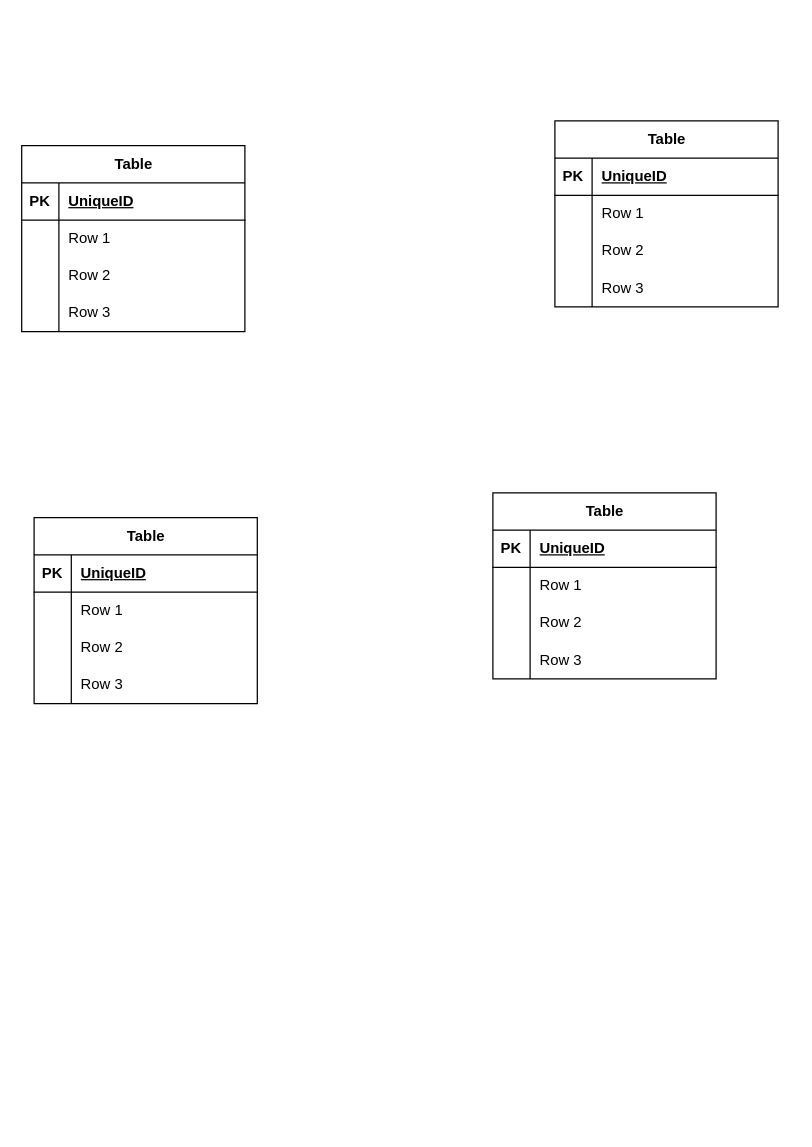
Earlier version of the draw.io diagram diagramaTablas.drawio (MynorDaniel/gestor-tarjetas-de-credito). Source tidied: cells renumbered, new cells numbered last; positions are measured from the earlier drawing's top-left corner, leaving out a move shared by most shapes. Both pictures are drawn from the tidied source at 124%, with x=0, y=0 at pixel (21, 120).
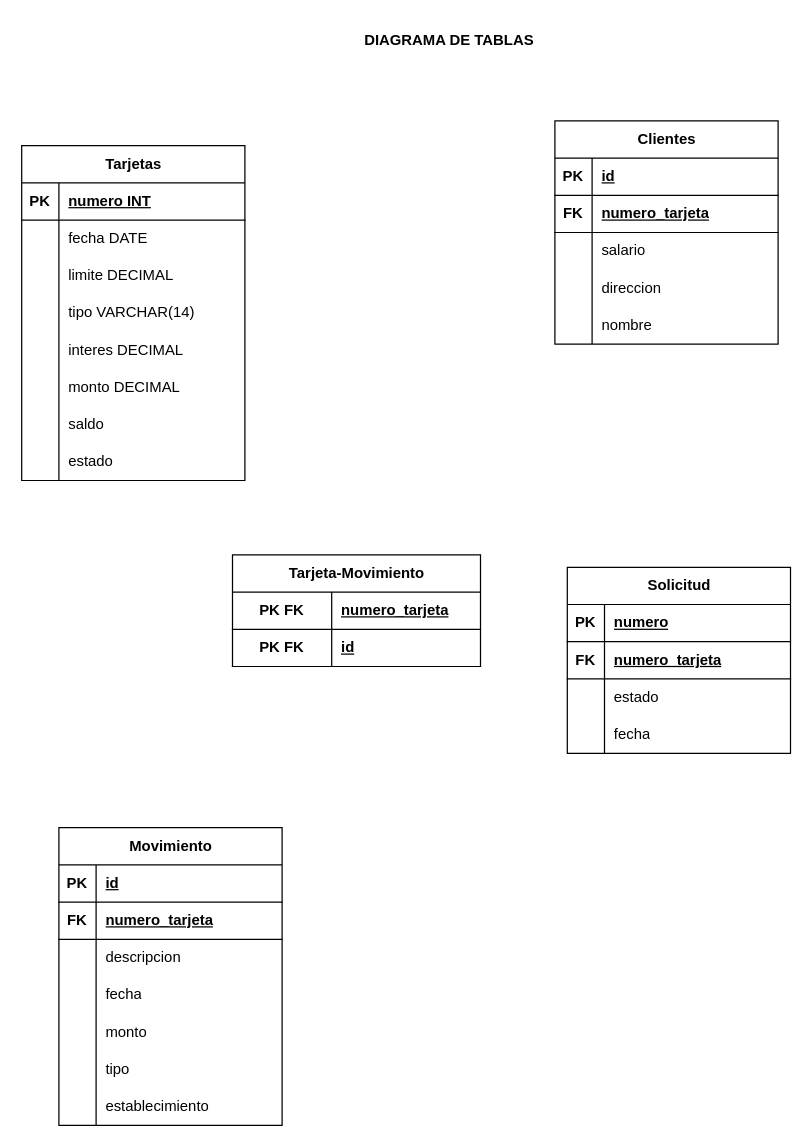
The same page after the edit.

Unchanged cells that the change refers to:
```xml
<mxCell id="3" style="shape=tableRow;horizontal=0;startSize=0;swimlaneHead=0;swimlaneBody=0;fillColor=none;top=0;left=0;right=0;bottom=1;" parent="2" vertex="1">
  <mxGeometry y="30" width="180" height="30" as="geometry" />
</mxCell>
<mxCell id="16" style="shape=tableRow;horizontal=0;startSize=0;swimlaneHead=0;swimlaneBody=0;fillColor=none;top=0;left=0;right=0;bottom=1;" parent="15" vertex="1">
  <mxGeometry y="30" width="180" height="30" as="geometry" />
</mxCell>
<mxCell id="29" style="shape=tableRow;horizontal=0;startSize=0;swimlaneHead=0;swimlaneBody=0;fillColor=none;top=0;left=0;right=0;bottom=1;" parent="28" vertex="1">
  <mxGeometry y="30" width="180" height="30" as="geometry" />
</mxCell>
<mxCell id="42" style="shape=tableRow;horizontal=0;startSize=0;swimlaneHead=0;swimlaneBody=0;fillColor=none;top=0;left=0;right=0;bottom=1;" parent="41" vertex="1">
  <mxGeometry y="30" width="180" height="30" as="geometry" />
</mxCell>
<mxCell id="45" style="shape=tableRow;horizontal=0;startSize=0;swimlaneHead=0;swimlaneBody=0;fillColor=none;top=0;left=0;right=0;bottom=0;" parent="41" vertex="1">
  <mxGeometry y="60" width="180" height="30" as="geometry" />
</mxCell>
<mxCell id="48" style="shape=tableRow;horizontal=0;startSize=0;swimlaneHead=0;swimlaneBody=0;fillColor=none;top=0;left=0;right=0;bottom=0;" parent="41" vertex="1">
  <mxGeometry y="90" width="180" height="30" as="geometry" />
</mxCell>
<mxCell id="51" style="shape=tableRow;horizontal=0;startSize=0;swimlaneHead=0;swimlaneBody=0;fillColor=none;top=0;left=0;right=0;bottom=0;" parent="41" vertex="1">
  <mxGeometry y="120" width="180" height="30" as="geometry" />
</mxCell>
```

Change to the diagram source:
```diff
@@
-    <mxCell id="2" value="Table" style="shape=table;startSize=30;childLayout=tableLayout;rowLines=0;fontStyle=1;align=center;html=1;" parent="1" vertex="1">
-      <mxGeometry x="380" y="300" width="180" height="150" as="geometry" />
+    <mxCell id="2" value="Solicitud" style="shape=table;startSize=30;childLayout=tableLayout;rowLines=0;fontStyle=1;align=center;html=1;" parent="1" vertex="1">
+      <mxGeometry x="440" y="360" width="180" height="150" as="geometry" />
     </mxCell>
@@
-    <mxCell id="5" value="UniqueID" style="shape=partialRectangle;fillColor=none;top=0;left=0;bottom=0;right=0;align=left;spacingLeft=6;fontStyle=5;overflow=hidden;whiteSpace=wrap;html=1;" parent="3" vertex="1">
+    <mxCell id="5" value="numero" style="shape=partialRectangle;fillColor=none;top=0;left=0;bottom=0;right=0;align=left;spacingLeft=6;fontStyle=5;overflow=hidden;whiteSpace=wrap;html=1;" parent="3" vertex="1">
       <mxGeometry x="30" width="150" height="30" as="geometry" />
     </mxCell>
+    <mxCell id="54" style="shape=tableRow;horizontal=0;startSize=0;swimlaneHead=0;swimlaneBody=0;fillColor=none;top=0;left=0;right=0;bottom=1;" parent="2" vertex="1">
+      <mxGeometry y="60" width="180" height="30" as="geometry" />
+    </mxCell>
+    <mxCell id="55" value="FK" style="shape=partialRectangle;fillColor=none;top=0;left=0;bottom=0;right=0;fontStyle=1;overflow=hidden;whiteSpace=wrap;html=1;" parent="54" vertex="1">
+      <mxGeometry width="30" height="30" as="geometry" />
+    </mxCell>
+    <mxCell id="56" value="numero_tarjeta" style="shape=partialRectangle;fillColor=none;top=0;left=0;bottom=0;right=0;align=left;spacingLeft=6;fontStyle=5;overflow=hidden;whiteSpace=wrap;html=1;" parent="54" vertex="1">
+      <mxGeometry x="30" width="150" height="30" as="geometry" />
+    </mxCell>
     <mxCell id="6" style="shape=tableRow;horizontal=0;startSize=0;swimlaneHead=0;swimlaneBody=0;fillColor=none;top=0;left=0;right=0;bottom=0;" parent="2" vertex="1">
-      <mxGeometry y="60" width="180" height="30" as="geometry" />
+      <mxGeometry y="90" width="180" height="30" as="geometry" />
     </mxCell>
@@
-    <mxCell id="8" value="Row 1" style="shape=partialRectangle;fillColor=none;top=0;left=0;bottom=0;right=0;align=left;spacingLeft=6;overflow=hidden;whiteSpace=wrap;html=1;" parent="6" vertex="1">
+    <mxCell id="8" value="estado" style="shape=partialRectangle;fillColor=none;top=0;left=0;bottom=0;right=0;align=left;spacingLeft=6;overflow=hidden;whiteSpace=wrap;html=1;" parent="6" vertex="1">
       <mxGeometry x="30" width="150" height="30" as="geometry" />
     </mxCell>
     <mxCell id="9" style="shape=tableRow;horizontal=0;startSize=0;swimlaneHead=0;swimlaneBody=0;fillColor=none;top=0;left=0;right=0;bottom=0;" parent="2" vertex="1">
-      <mxGeometry y="90" width="180" height="30" as="geometry" />
+      <mxGeometry y="120" width="180" height="30" as="geometry" />
     </mxCell>
@@
-    <mxCell id="11" value="Row 2" style="shape=partialRectangle;fillColor=none;top=0;left=0;bottom=0;right=0;align=left;spacingLeft=6;overflow=hidden;whiteSpace=wrap;html=1;" parent="9" vertex="1">
+    <mxCell id="11" value="fecha" style="shape=partialRectangle;fillColor=none;top=0;left=0;bottom=0;right=0;align=left;spacingLeft=6;overflow=hidden;whiteSpace=wrap;html=1;" parent="9" vertex="1">
       <mxGeometry x="30" width="150" height="30" as="geometry" />
     </mxCell>
-    <mxCell id="12" style="shape=tableRow;horizontal=0;startSize=0;swimlaneHead=0;swimlaneBody=0;fillColor=none;top=0;left=0;right=0;bottom=0;" parent="2" vertex="1">
-      <mxGeometry y="120" width="180" height="30" as="geometry" />
-    </mxCell>
-    <mxCell id="13" style="shape=partialRectangle;fillColor=none;top=0;left=0;bottom=0;right=0;overflow=hidden;whiteSpace=wrap;html=1;" parent="12" vertex="1">
-      <mxGeometry width="30" height="30" as="geometry" />
-    </mxCell>
-    <mxCell id="14" value="Row 3" style="shape=partialRectangle;fillColor=none;top=0;left=0;bottom=0;right=0;align=left;spacingLeft=6;overflow=hidden;whiteSpace=wrap;html=1;" parent="12" vertex="1">
-      <mxGeometry x="30" width="150" height="30" as="geometry" />
-    </mxCell>
-    <mxCell id="15" value="Table" style="shape=table;startSize=30;childLayout=tableLayout;rowLines=0;fontStyle=1;align=center;html=1;" parent="1" vertex="1">
-      <mxGeometry x="10" y="320" width="180" height="150" as="geometry" />
+    <mxCell id="15" value="Movimiento" style="shape=table;startSize=30;childLayout=tableLayout;rowLines=0;fontStyle=1;align=center;html=1;" parent="1" vertex="1">
+      <mxGeometry x="30" y="570" width="180" height="240" as="geometry" />
     </mxCell>
@@
-    <mxCell id="18" value="UniqueID" style="shape=partialRectangle;fillColor=none;top=0;left=0;bottom=0;right=0;align=left;spacingLeft=6;fontStyle=5;overflow=hidden;whiteSpace=wrap;html=1;" parent="16" vertex="1">
+    <mxCell id="18" value="id" style="shape=partialRectangle;fillColor=none;top=0;left=0;bottom=0;right=0;align=left;spacingLeft=6;fontStyle=5;overflow=hidden;whiteSpace=wrap;html=1;" parent="16" vertex="1">
       <mxGeometry x="30" width="150" height="30" as="geometry" />
     </mxCell>
+    <mxCell id="57" style="shape=tableRow;horizontal=0;startSize=0;swimlaneHead=0;swimlaneBody=0;fillColor=none;top=0;left=0;right=0;bottom=1;" parent="15" vertex="1">
+      <mxGeometry y="60" width="180" height="30" as="geometry" />
+    </mxCell>
+    <mxCell id="58" value="FK" style="shape=partialRectangle;fillColor=none;top=0;left=0;bottom=0;right=0;fontStyle=1;overflow=hidden;whiteSpace=wrap;html=1;" parent="57" vertex="1">
+      <mxGeometry width="30" height="30" as="geometry" />
+    </mxCell>
+    <mxCell id="59" value="numero_tarjeta" style="shape=partialRectangle;fillColor=none;top=0;left=0;bottom=0;right=0;align=left;spacingLeft=6;fontStyle=5;overflow=hidden;whiteSpace=wrap;html=1;" parent="57" vertex="1">
+      <mxGeometry x="30" width="150" height="30" as="geometry" />
+    </mxCell>
     <mxCell id="19" style="shape=tableRow;horizontal=0;startSize=0;swimlaneHead=0;swimlaneBody=0;fillColor=none;top=0;left=0;right=0;bottom=0;" parent="15" vertex="1">
-      <mxGeometry y="60" width="180" height="30" as="geometry" />
+      <mxGeometry y="90" width="180" height="30" as="geometry" />
     </mxCell>
@@
-    <mxCell id="21" value="Row 1" style="shape=partialRectangle;fillColor=none;top=0;left=0;bottom=0;right=0;align=left;spacingLeft=6;overflow=hidden;whiteSpace=wrap;html=1;" parent="19" vertex="1">
+    <mxCell id="21" value="descripcion" style="shape=partialRectangle;fillColor=none;top=0;left=0;bottom=0;right=0;align=left;spacingLeft=6;overflow=hidden;whiteSpace=wrap;html=1;" parent="19" vertex="1">
       <mxGeometry x="30" width="150" height="30" as="geometry" />
     </mxCell>
     <mxCell id="22" style="shape=tableRow;horizontal=0;startSize=0;swimlaneHead=0;swimlaneBody=0;fillColor=none;top=0;left=0;right=0;bottom=0;" parent="15" vertex="1">
-      <mxGeometry y="90" width="180" height="30" as="geometry" />
+      <mxGeometry y="120" width="180" height="30" as="geometry" />
     </mxCell>
@@
-    <mxCell id="24" value="Row 2" style="shape=partialRectangle;fillColor=none;top=0;left=0;bottom=0;right=0;align=left;spacingLeft=6;overflow=hidden;whiteSpace=wrap;html=1;" parent="22" vertex="1">
+    <mxCell id="24" value="fecha" style="shape=partialRectangle;fillColor=none;top=0;left=0;bottom=0;right=0;align=left;spacingLeft=6;overflow=hidden;whiteSpace=wrap;html=1;" parent="22" vertex="1">
       <mxGeometry x="30" width="150" height="30" as="geometry" />
     </mxCell>
     <mxCell id="25" style="shape=tableRow;horizontal=0;startSize=0;swimlaneHead=0;swimlaneBody=0;fillColor=none;top=0;left=0;right=0;bottom=0;" parent="15" vertex="1">
-      <mxGeometry y="120" width="180" height="30" as="geometry" />
+      <mxGeometry y="150" width="180" height="30" as="geometry" />
     </mxCell>
@@
-    <mxCell id="27" value="Row 3" style="shape=partialRectangle;fillColor=none;top=0;left=0;bottom=0;right=0;align=left;spacingLeft=6;overflow=hidden;whiteSpace=wrap;html=1;" parent="25" vertex="1">
+    <mxCell id="27" value="monto" style="shape=partialRectangle;fillColor=none;top=0;left=0;bottom=0;right=0;align=left;spacingLeft=6;overflow=hidden;whiteSpace=wrap;html=1;" parent="25" vertex="1">
       <mxGeometry x="30" width="150" height="30" as="geometry" />
     </mxCell>
+    <mxCell id="60" style="shape=tableRow;horizontal=0;startSize=0;swimlaneHead=0;swimlaneBody=0;fillColor=none;top=0;left=0;right=0;bottom=0;" parent="15" vertex="1">
+      <mxGeometry y="180" width="180" height="30" as="geometry" />
+    </mxCell>
+    <mxCell id="61" style="shape=partialRectangle;fillColor=none;top=0;left=0;bottom=0;right=0;overflow=hidden;whiteSpace=wrap;html=1;" parent="60" vertex="1">
+      <mxGeometry width="30" height="30" as="geometry" />
+    </mxCell>
+    <mxCell id="62" value="tipo" style="shape=partialRectangle;fillColor=none;top=0;left=0;bottom=0;right=0;align=left;spacingLeft=6;overflow=hidden;whiteSpace=wrap;html=1;" parent="60" vertex="1">
+      <mxGeometry x="30" width="150" height="30" as="geometry" />
+    </mxCell>
+    <mxCell id="63" style="shape=tableRow;horizontal=0;startSize=0;swimlaneHead=0;swimlaneBody=0;fillColor=none;top=0;left=0;right=0;bottom=0;" parent="15" vertex="1">
+      <mxGeometry y="210" width="180" height="30" as="geometry" />
+    </mxCell>
+    <mxCell id="64" style="shape=partialRectangle;fillColor=none;top=0;left=0;bottom=0;right=0;overflow=hidden;whiteSpace=wrap;html=1;" parent="63" vertex="1">
+      <mxGeometry width="30" height="30" as="geometry" />
+    </mxCell>
+    <mxCell id="65" value="establecimiento" style="shape=partialRectangle;fillColor=none;top=0;left=0;bottom=0;right=0;align=left;spacingLeft=6;overflow=hidden;whiteSpace=wrap;html=1;" parent="63" vertex="1">
+      <mxGeometry x="30" width="150" height="30" as="geometry" />
+    </mxCell>
-    <mxCell id="28" value="Table" style="shape=table;startSize=30;childLayout=tableLayout;rowLines=0;fontStyle=1;align=center;html=1;" parent="1" vertex="1">
-      <mxGeometry x="430" width="180" height="150" as="geometry" />
+    <mxCell id="28" value="Clientes" style="shape=table;startSize=30;childLayout=tableLayout;rowLines=0;fontStyle=1;align=center;html=1;" parent="1" vertex="1">
+      <mxGeometry x="430" width="180" height="180" as="geometry" />
     </mxCell>
@@
-    <mxCell id="31" value="UniqueID" style="shape=partialRectangle;fillColor=none;top=0;left=0;bottom=0;right=0;align=left;spacingLeft=6;fontStyle=5;overflow=hidden;whiteSpace=wrap;html=1;" parent="29" vertex="1">
+    <mxCell id="31" value="id" style="shape=partialRectangle;fillColor=none;top=0;left=0;bottom=0;right=0;align=left;spacingLeft=6;fontStyle=5;overflow=hidden;whiteSpace=wrap;html=1;" parent="29" vertex="1">
       <mxGeometry x="30" width="150" height="30" as="geometry" />
     </mxCell>
+    <mxCell id="66" style="shape=tableRow;horizontal=0;startSize=0;swimlaneHead=0;swimlaneBody=0;fillColor=none;top=0;left=0;right=0;bottom=1;" parent="28" vertex="1">
+      <mxGeometry y="60" width="180" height="30" as="geometry" />
+    </mxCell>
+    <mxCell id="67" value="FK" style="shape=partialRectangle;fillColor=none;top=0;left=0;bottom=0;right=0;fontStyle=1;overflow=hidden;whiteSpace=wrap;html=1;" parent="66" vertex="1">
+      <mxGeometry width="30" height="30" as="geometry" />
+    </mxCell>
+    <mxCell id="68" value="numero_tarjeta" style="shape=partialRectangle;fillColor=none;top=0;left=0;bottom=0;right=0;align=left;spacingLeft=6;fontStyle=5;overflow=hidden;whiteSpace=wrap;html=1;" parent="66" vertex="1">
+      <mxGeometry x="30" width="150" height="30" as="geometry" />
+    </mxCell>
     <mxCell id="32" style="shape=tableRow;horizontal=0;startSize=0;swimlaneHead=0;swimlaneBody=0;fillColor=none;top=0;left=0;right=0;bottom=0;" parent="28" vertex="1">
-      <mxGeometry y="60" width="180" height="30" as="geometry" />
+      <mxGeometry y="90" width="180" height="30" as="geometry" />
     </mxCell>
@@
-    <mxCell id="34" value="Row 1" style="shape=partialRectangle;fillColor=none;top=0;left=0;bottom=0;right=0;align=left;spacingLeft=6;overflow=hidden;whiteSpace=wrap;html=1;" parent="32" vertex="1">
+    <mxCell id="34" value="salario" style="shape=partialRectangle;fillColor=none;top=0;left=0;bottom=0;right=0;align=left;spacingLeft=6;overflow=hidden;whiteSpace=wrap;html=1;" parent="32" vertex="1">
       <mxGeometry x="30" width="150" height="30" as="geometry" />
     </mxCell>
     <mxCell id="35" style="shape=tableRow;horizontal=0;startSize=0;swimlaneHead=0;swimlaneBody=0;fillColor=none;top=0;left=0;right=0;bottom=0;" parent="28" vertex="1">
-      <mxGeometry y="90" width="180" height="30" as="geometry" />
+      <mxGeometry y="120" width="180" height="30" as="geometry" />
     </mxCell>
@@
-    <mxCell id="37" value="Row 2" style="shape=partialRectangle;fillColor=none;top=0;left=0;bottom=0;right=0;align=left;spacingLeft=6;overflow=hidden;whiteSpace=wrap;html=1;" parent="35" vertex="1">
+    <mxCell id="37" value="direccion" style="shape=partialRectangle;fillColor=none;top=0;left=0;bottom=0;right=0;align=left;spacingLeft=6;overflow=hidden;whiteSpace=wrap;html=1;" parent="35" vertex="1">
       <mxGeometry x="30" width="150" height="30" as="geometry" />
     </mxCell>
     <mxCell id="38" style="shape=tableRow;horizontal=0;startSize=0;swimlaneHead=0;swimlaneBody=0;fillColor=none;top=0;left=0;right=0;bottom=0;" parent="28" vertex="1">
-      <mxGeometry y="120" width="180" height="30" as="geometry" />
+      <mxGeometry y="150" width="180" height="30" as="geometry" />
     </mxCell>
@@
-    <mxCell id="40" value="Row 3" style="shape=partialRectangle;fillColor=none;top=0;left=0;bottom=0;right=0;align=left;spacingLeft=6;overflow=hidden;whiteSpace=wrap;html=1;" parent="38" vertex="1">
+    <mxCell id="40" value="nombre" style="shape=partialRectangle;fillColor=none;top=0;left=0;bottom=0;right=0;align=left;spacingLeft=6;overflow=hidden;whiteSpace=wrap;html=1;" parent="38" vertex="1">
       <mxGeometry x="30" width="150" height="30" as="geometry" />
     </mxCell>
-    <mxCell id="41" value="Table" style="shape=table;startSize=30;childLayout=tableLayout;rowLines=0;fontStyle=1;align=center;html=1;" parent="1" vertex="1">
-      <mxGeometry y="20" width="180" height="150" as="geometry" />
+    <mxCell id="41" value="Tarjetas" style="shape=table;startSize=30;childLayout=tableLayout;rowLines=0;fontStyle=1;align=center;html=1;" parent="1" vertex="1">
+      <mxGeometry y="20" width="180" height="270" as="geometry" />
     </mxCell>
@@
-    <mxCell id="44" value="UniqueID" style="shape=partialRectangle;fillColor=none;top=0;left=0;bottom=0;right=0;align=left;spacingLeft=6;fontStyle=5;overflow=hidden;whiteSpace=wrap;html=1;" parent="42" vertex="1">
+    <mxCell id="44" value="numero INT" style="shape=partialRectangle;fillColor=none;top=0;left=0;bottom=0;right=0;align=left;spacingLeft=6;fontStyle=5;overflow=hidden;whiteSpace=wrap;html=1;" parent="42" vertex="1">
       <mxGeometry x="30" width="150" height="30" as="geometry" />
     </mxCell>
@@
-    <mxCell id="47" value="Row 1" style="shape=partialRectangle;fillColor=none;top=0;left=0;bottom=0;right=0;align=left;spacingLeft=6;overflow=hidden;whiteSpace=wrap;html=1;" parent="45" vertex="1">
+    <mxCell id="47" value="fecha DATE" style="shape=partialRectangle;fillColor=none;top=0;left=0;bottom=0;right=0;align=left;spacingLeft=6;overflow=hidden;whiteSpace=wrap;html=1;" parent="45" vertex="1">
       <mxGeometry x="30" width="150" height="30" as="geometry" />
     </mxCell>
@@
-    <mxCell id="50" value="Row 2" style="shape=partialRectangle;fillColor=none;top=0;left=0;bottom=0;right=0;align=left;spacingLeft=6;overflow=hidden;whiteSpace=wrap;html=1;" parent="48" vertex="1">
+    <mxCell id="50" value="limite DECIMAL" style="shape=partialRectangle;fillColor=none;top=0;left=0;bottom=0;right=0;align=left;spacingLeft=6;overflow=hidden;whiteSpace=wrap;html=1;" parent="48" vertex="1">
       <mxGeometry x="30" width="150" height="30" as="geometry" />
     </mxCell>
@@
-    <mxCell id="53" value="Row 3" style="shape=partialRectangle;fillColor=none;top=0;left=0;bottom=0;right=0;align=left;spacingLeft=6;overflow=hidden;whiteSpace=wrap;html=1;" parent="51" vertex="1">
+    <mxCell id="53" value="tipo VARCHAR(14)" style="shape=partialRectangle;fillColor=none;top=0;left=0;bottom=0;right=0;align=left;spacingLeft=6;overflow=hidden;whiteSpace=wrap;html=1;" parent="51" vertex="1">
       <mxGeometry x="30" width="150" height="30" as="geometry" />
     </mxCell>
+    <mxCell id="69" style="shape=tableRow;horizontal=0;startSize=0;swimlaneHead=0;swimlaneBody=0;fillColor=none;top=0;left=0;right=0;bottom=0;" parent="41" vertex="1">
+      <mxGeometry y="150" width="180" height="30" as="geometry" />
+    </mxCell>
+    <mxCell id="70" style="shape=partialRectangle;fillColor=none;top=0;left=0;bottom=0;right=0;overflow=hidden;whiteSpace=wrap;html=1;" parent="69" vertex="1">
+      <mxGeometry width="30" height="30" as="geometry" />
+    </mxCell>
+    <mxCell id="71" value="interes DECIMAL" style="shape=partialRectangle;fillColor=none;top=0;left=0;bottom=0;right=0;align=left;spacingLeft=6;overflow=hidden;whiteSpace=wrap;html=1;" parent="69" vertex="1">
+      <mxGeometry x="30" width="150" height="30" as="geometry" />
+    </mxCell>
+    <mxCell id="72" style="shape=tableRow;horizontal=0;startSize=0;swimlaneHead=0;swimlaneBody=0;fillColor=none;top=0;left=0;right=0;bottom=0;" parent="41" vertex="1">
+      <mxGeometry y="180" width="180" height="30" as="geometry" />
+    </mxCell>
+    <mxCell id="73" style="shape=partialRectangle;fillColor=none;top=0;left=0;bottom=0;right=0;overflow=hidden;whiteSpace=wrap;html=1;" parent="72" vertex="1">
+      <mxGeometry width="30" height="30" as="geometry" />
+    </mxCell>
+    <mxCell id="74" value="monto DECIMAL" style="shape=partialRectangle;fillColor=none;top=0;left=0;bottom=0;right=0;align=left;spacingLeft=6;overflow=hidden;whiteSpace=wrap;html=1;" parent="72" vertex="1">
+      <mxGeometry x="30" width="150" height="30" as="geometry" />
+    </mxCell>
+    <mxCell id="75" style="shape=tableRow;horizontal=0;startSize=0;swimlaneHead=0;swimlaneBody=0;fillColor=none;top=0;left=0;right=0;bottom=0;" parent="41" vertex="1">
+      <mxGeometry y="210" width="180" height="30" as="geometry" />
+    </mxCell>
+    <mxCell id="76" style="shape=partialRectangle;fillColor=none;top=0;left=0;bottom=0;right=0;overflow=hidden;whiteSpace=wrap;html=1;" parent="75" vertex="1">
+      <mxGeometry width="30" height="30" as="geometry" />
+    </mxCell>
+    <mxCell id="77" value="saldo" style="shape=partialRectangle;fillColor=none;top=0;left=0;bottom=0;right=0;align=left;spacingLeft=6;overflow=hidden;whiteSpace=wrap;html=1;" parent="75" vertex="1">
+      <mxGeometry x="30" width="150" height="30" as="geometry" />
+    </mxCell>
+    <mxCell id="78" style="shape=tableRow;horizontal=0;startSize=0;swimlaneHead=0;swimlaneBody=0;fillColor=none;top=0;left=0;right=0;bottom=0;" parent="41" vertex="1">
+      <mxGeometry y="240" width="180" height="30" as="geometry" />
+    </mxCell>
+    <mxCell id="79" style="shape=partialRectangle;fillColor=none;top=0;left=0;bottom=0;right=0;overflow=hidden;whiteSpace=wrap;html=1;" parent="78" vertex="1">
+      <mxGeometry width="30" height="30" as="geometry" />
+    </mxCell>
+    <mxCell id="80" value="estado" style="shape=partialRectangle;fillColor=none;top=0;left=0;bottom=0;right=0;align=left;spacingLeft=6;overflow=hidden;whiteSpace=wrap;html=1;" parent="78" vertex="1">
+      <mxGeometry x="30" width="150" height="30" as="geometry" />
+    </mxCell>
+    <mxCell id="81" value="&lt;b&gt;DIAGRAMA DE TABLAS&lt;/b&gt;" style="text;strokeColor=none;align=center;fillColor=none;html=1;verticalAlign=middle;whiteSpace=wrap;rounded=0;" parent="1" vertex="1">
+      <mxGeometry x="195" y="-80" width="300" height="30" as="geometry" />
+    </mxCell>
+    <mxCell id="82" value="Tarjeta-Movimiento" style="shape=table;startSize=30;childLayout=tableLayout;rowLines=0;fontStyle=1;align=center;html=1;" parent="1" vertex="1">
+      <mxGeometry x="170" y="350" width="200" height="90" as="geometry" />
+    </mxCell>
+    <mxCell id="83" style="shape=tableRow;horizontal=0;startSize=0;swimlaneHead=0;swimlaneBody=0;fillColor=none;top=0;left=0;right=0;bottom=1;" parent="82" vertex="1">
+      <mxGeometry y="30" width="200" height="30" as="geometry" />
+    </mxCell>
+    <mxCell id="84" value="PK FK" style="shape=partialRectangle;fillColor=none;top=0;left=0;bottom=0;right=0;fontStyle=1;overflow=hidden;whiteSpace=wrap;html=1;" parent="83" vertex="1">
+      <mxGeometry width="80" height="30" as="geometry" />
+    </mxCell>
+    <mxCell id="85" value="numero_tarjeta" style="shape=partialRectangle;fillColor=none;top=0;left=0;bottom=0;right=0;align=left;spacingLeft=6;fontStyle=5;overflow=hidden;whiteSpace=wrap;html=1;" parent="83" vertex="1">
+      <mxGeometry x="80" width="120" height="30" as="geometry" />
+    </mxCell>
+    <mxCell id="86" style="shape=tableRow;horizontal=0;startSize=0;swimlaneHead=0;swimlaneBody=0;fillColor=none;top=0;left=0;right=0;bottom=1;" parent="82" vertex="1">
+      <mxGeometry y="60" width="200" height="30" as="geometry" />
+    </mxCell>
+    <mxCell id="87" value="PK FK" style="shape=partialRectangle;fillColor=none;top=0;left=0;bottom=0;right=0;fontStyle=1;overflow=hidden;whiteSpace=wrap;html=1;" parent="86" vertex="1">
+      <mxGeometry width="80" height="30" as="geometry" />
+    </mxCell>
+    <mxCell id="88" value="id" style="shape=partialRectangle;fillColor=none;top=0;left=0;bottom=0;right=0;align=left;spacingLeft=6;fontStyle=5;overflow=hidden;whiteSpace=wrap;html=1;" parent="86" vertex="1">
+      <mxGeometry x="80" width="120" height="30" as="geometry" />
+    </mxCell>
```
